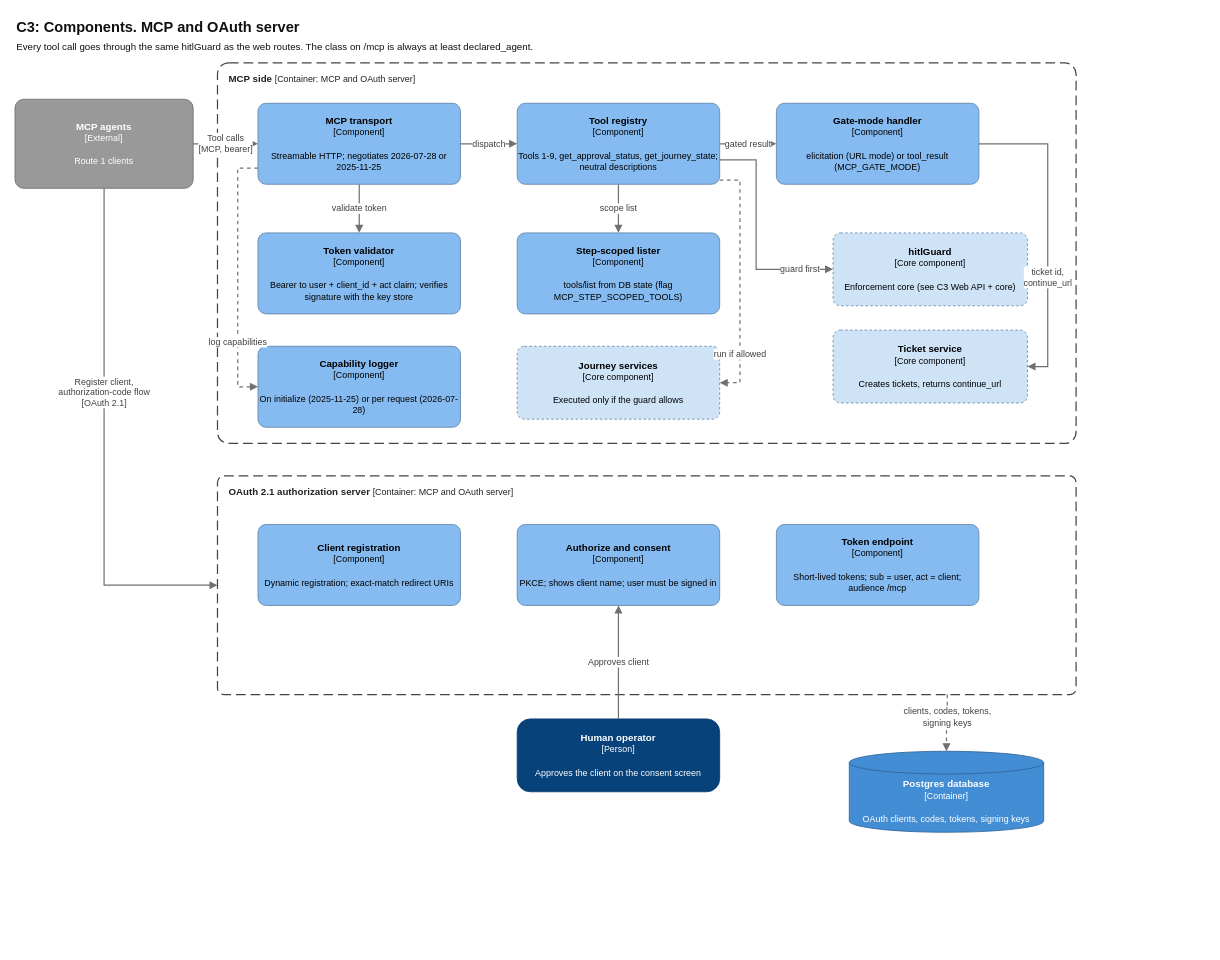
This is page "C3 Components: MCP + OAuth" (4 of 6) of docs/ArchitectureDiagram.drawio from WilsonWordsofWisdom/systemsideHITL, a draw.io file, before an edit. Source tidied: cells renumbered, new cells numbered last; positions are measured from the earlier drawing's top-left corner, leaving out a move shared by most shapes. Both pictures are drawn from the tidied source at 81%, with x=0, y=0 at pixel (15, 14).
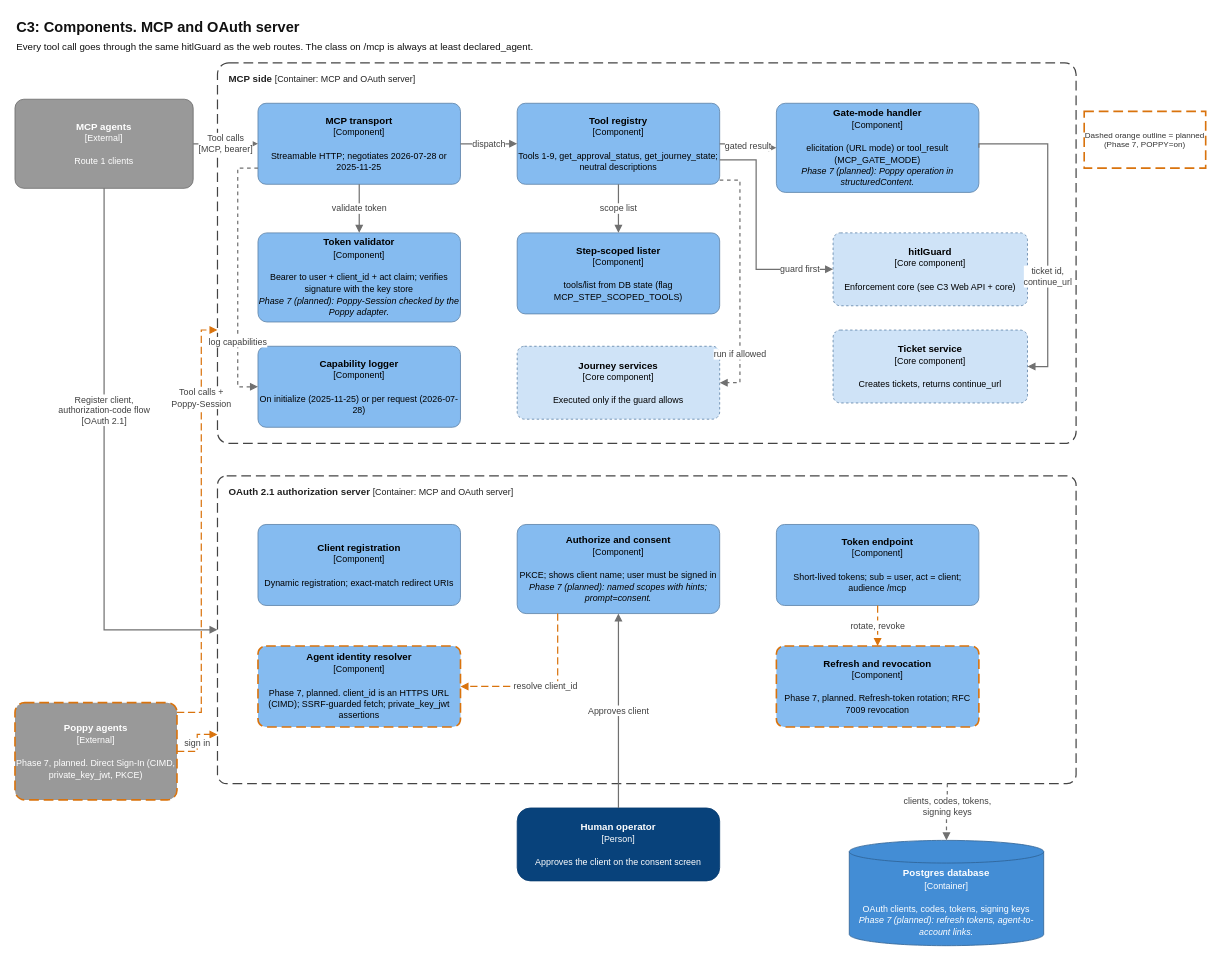
After the change.

Commit message (it also covers changes not shown here):
C4 diagrams: Phase 7 Poppy adapter (planned) and deployment fixes

Unchanged cells that the change refers to:
```xml
<mxCell id="3" value="&lt;b&gt;MCP agents&lt;/b&gt;&lt;br&gt;&lt;span style='font-size:11px'&gt;[External]&lt;/span&gt;&lt;br&gt;&lt;br&gt;&lt;span style='font-size:11px'&gt;Route 1 clients&lt;/span&gt;" style="whiteSpace=wrap;html=1;fontSize=12;align=center;verticalAlign=middle;rounded=1;arcSize=10;fillColor=#999999;strokeColor=#6B6B6B;fontColor=#FFFFFF;" parent="1" vertex="1">
  <mxGeometry y="105" width="220" height="110" as="geometry" />
</mxCell>
<mxCell id="4" value="&lt;b&gt;MCP side&lt;/b&gt; &lt;span style='font-size:11px'&gt;[Container: MCP and OAuth server]&lt;/span&gt;" style="rounded=1;arcSize=3;whiteSpace=wrap;html=1;fillColor=none;dashed=1;dashPattern=8 4;strokeColor=#444444;strokeWidth=1.5;verticalAlign=top;align=left;spacingLeft=12;spacingTop=6;fontSize=12;fontColor=#222222;" parent="1" vertex="1">
  <mxGeometry x="250" y="60" width="1060" height="470" as="geometry" />
</mxCell>
<mxCell id="17" value="&lt;b&gt;Token endpoint&lt;/b&gt;&lt;br&gt;&lt;span style='font-size:11px'&gt;[Component]&lt;/span&gt;&lt;br&gt;&lt;br&gt;&lt;span style='font-size:11px'&gt;Short-lived tokens; sub = user, act = client; audience /mcp&lt;/span&gt;" style="whiteSpace=wrap;html=1;fontSize=12;align=center;verticalAlign=middle;rounded=1;arcSize=10;fillColor=#85BBF0;strokeColor=#5D82A8;fontColor=#000000;" parent="1" vertex="1">
  <mxGeometry x="940" y="630" width="250" height="100" as="geometry" />
</mxCell>
```

Change to the diagram source:
```diff
@@
     <mxCell id="5" value="&lt;b&gt;OAuth 2.1 authorization server&lt;/b&gt; &lt;span style='font-size:11px'&gt;[Container: MCP and OAuth server]&lt;/span&gt;" style="rounded=1;arcSize=3;whiteSpace=wrap;html=1;fillColor=none;dashed=1;dashPattern=8 4;strokeColor=#444444;strokeWidth=1.5;verticalAlign=top;align=left;spacingLeft=12;spacingTop=6;fontSize=12;fontColor=#222222;" parent="1" vertex="1">
-      <mxGeometry x="250" y="570" width="1060" height="270" as="geometry" />
+      <mxGeometry x="250" y="570" width="1060" height="380" as="geometry" />
     </mxCell>
@@
-    <mxCell id="7" value="&lt;b&gt;Token validator&lt;/b&gt;&lt;br&gt;&lt;span style='font-size:11px'&gt;[Component]&lt;/span&gt;&lt;br&gt;&lt;br&gt;&lt;span style='font-size:11px'&gt;Bearer to user + client_id + act claim; verifies signature with the key store&lt;/span&gt;" style="whiteSpace=wrap;html=1;fontSize=12;align=center;verticalAlign=middle;rounded=1;arcSize=10;fillColor=#85BBF0;strokeColor=#5D82A8;fontColor=#000000;" parent="1" vertex="1">
-      <mxGeometry x="300" y="270" width="250" height="100" as="geometry" />
+    <mxCell id="7" value="&lt;b&gt;Token validator&lt;/b&gt;&lt;br&gt;&lt;span style='font-size:11px'&gt;[Component]&lt;/span&gt;&lt;br&gt;&lt;br&gt;&lt;span style='font-size:11px'&gt;Bearer to user + client_id + act claim; verifies signature with the key store&lt;/span&gt;&lt;br&gt;&lt;span style='font-size:11px'&gt;&lt;i&gt;Phase 7 (planned): Poppy-Session checked by the Poppy adapter.&lt;/i&gt;&lt;/span&gt;" style="whiteSpace=wrap;html=1;fontSize=12;align=center;verticalAlign=middle;rounded=1;arcSize=10;fillColor=#85BBF0;strokeColor=#5D82A8;fontColor=#000000;" parent="1" vertex="1">
+      <mxGeometry x="300" y="270" width="250" height="110" as="geometry" />
     </mxCell>
@@
-    <mxCell id="11" value="&lt;b&gt;Gate-mode handler&lt;/b&gt;&lt;br&gt;&lt;span style='font-size:11px'&gt;[Component]&lt;/span&gt;&lt;br&gt;&lt;br&gt;&lt;span style='font-size:11px'&gt;elicitation (URL mode) or tool_result (MCP_GATE_MODE)&lt;/span&gt;" style="whiteSpace=wrap;html=1;fontSize=12;align=center;verticalAlign=middle;rounded=1;arcSize=10;fillColor=#85BBF0;strokeColor=#5D82A8;fontColor=#000000;" parent="1" vertex="1">
-      <mxGeometry x="940" y="110" width="250" height="100" as="geometry" />
+    <mxCell id="11" value="&lt;b&gt;Gate-mode handler&lt;/b&gt;&lt;br&gt;&lt;span style='font-size:11px'&gt;[Component]&lt;/span&gt;&lt;br&gt;&lt;br&gt;&lt;span style='font-size:11px'&gt;elicitation (URL mode) or tool_result (MCP_GATE_MODE)&lt;/span&gt;&lt;br&gt;&lt;span style='font-size:11px'&gt;&lt;i&gt;Phase 7 (planned): Poppy operation in structuredContent.&lt;/i&gt;&lt;/span&gt;" style="whiteSpace=wrap;html=1;fontSize=12;align=center;verticalAlign=middle;rounded=1;arcSize=10;fillColor=#85BBF0;strokeColor=#5D82A8;fontColor=#000000;" parent="1" vertex="1">
+      <mxGeometry x="940" y="110" width="250" height="110" as="geometry" />
     </mxCell>
@@
-    <mxCell id="16" value="&lt;b&gt;Authorize and consent&lt;/b&gt;&lt;br&gt;&lt;span style='font-size:11px'&gt;[Component]&lt;/span&gt;&lt;br&gt;&lt;br&gt;&lt;span style='font-size:11px'&gt;PKCE; shows client name; user must be signed in&lt;/span&gt;" style="whiteSpace=wrap;html=1;fontSize=12;align=center;verticalAlign=middle;rounded=1;arcSize=10;fillColor=#85BBF0;strokeColor=#5D82A8;fontColor=#000000;" parent="1" vertex="1">
-      <mxGeometry x="620" y="630" width="250" height="100" as="geometry" />
+    <mxCell id="16" value="&lt;b&gt;Authorize and consent&lt;/b&gt;&lt;br&gt;&lt;span style='font-size:11px'&gt;[Component]&lt;/span&gt;&lt;br&gt;&lt;br&gt;&lt;span style='font-size:11px'&gt;PKCE; shows client name; user must be signed in&lt;/span&gt;&lt;br&gt;&lt;span style='font-size:11px'&gt;&lt;i&gt;Phase 7 (planned): named scopes with hints; prompt=consent.&lt;/i&gt;&lt;/span&gt;" style="whiteSpace=wrap;html=1;fontSize=12;align=center;verticalAlign=middle;rounded=1;arcSize=10;fillColor=#85BBF0;strokeColor=#5D82A8;fontColor=#000000;" parent="1" vertex="1">
+      <mxGeometry x="620" y="630" width="250" height="110" as="geometry" />
     </mxCell>
@@
     <mxCell id="18" value="&lt;b&gt;Human operator&lt;/b&gt;&lt;br&gt;&lt;span style='font-size:11px'&gt;[Person]&lt;/span&gt;&lt;br&gt;&lt;br&gt;&lt;span style='font-size:11px'&gt;Approves the client on the consent screen&lt;/span&gt;" style="whiteSpace=wrap;html=1;fontSize=12;align=center;verticalAlign=middle;rounded=1;arcSize=18;fillColor=#08427B;strokeColor=#073B6F;fontColor=#FFFFFF;" parent="1" vertex="1">
-      <mxGeometry x="620" y="870" width="250" height="90" as="geometry" />
+      <mxGeometry x="620" y="980" width="250" height="90" as="geometry" />
     </mxCell>
-    <mxCell id="19" value="&lt;b&gt;Postgres database&lt;/b&gt;&lt;br&gt;&lt;span style='font-size:11px'&gt;[Container]&lt;/span&gt;&lt;br&gt;&lt;br&gt;&lt;span style='font-size:11px'&gt;OAuth clients, codes, tokens, signing keys&lt;/span&gt;" style="whiteSpace=wrap;html=1;fontSize=12;align=center;verticalAlign=middle;shape=cylinder3;boundedLbl=1;backgroundOutline=1;size=14;fillColor=#438DD5;strokeColor=#2E6295;fontColor=#FFFFFF;" parent="1" vertex="1">
-      <mxGeometry x="1030" y="910" width="240" height="100" as="geometry" />
+    <mxCell id="19" value="&lt;b&gt;Postgres database&lt;/b&gt;&lt;br&gt;&lt;span style='font-size:11px'&gt;[Container]&lt;/span&gt;&lt;br&gt;&lt;br&gt;&lt;span style='font-size:11px'&gt;OAuth clients, codes, tokens, signing keys&lt;/span&gt;&lt;br&gt;&lt;span style='font-size:11px'&gt;&lt;i&gt;Phase 7 (planned): refresh tokens, agent-to-account links.&lt;/i&gt;&lt;/span&gt;" style="whiteSpace=wrap;html=1;fontSize=12;align=center;verticalAlign=middle;shape=cylinder3;boundedLbl=1;backgroundOutline=1;size=14;fillColor=#438DD5;strokeColor=#2E6295;fontColor=#FFFFFF;" parent="1" vertex="1">
+      <mxGeometry x="1030" y="1020" width="240" height="130" as="geometry" />
     </mxCell>
@@
     <mxCell id="29" value="Register client,&lt;br&gt;authorization-code flow&lt;br&gt;[OAuth 2.1]" style="edgeStyle=orthogonalEdgeStyle;rounded=0;jettySize=auto;html=1;endArrow=block;endFill=1;strokeColor=#707070;strokeWidth=1.5;fontSize=11;fontColor=#404040;labelBackgroundColor=#FFFFFF;exitX=0.5;exitY=1;exitDx=0;exitDy=0;entryX=0;entryY=0.5;entryDx=0;entryDy=0;" parent="1" edge="1" source="3" target="5">
       <mxGeometry x="-0.2" relative="1" as="geometry">
         <Array as="points">
-          <mxPoint x="110" y="705" />
+          <mxPoint x="110" y="760" />
         </Array>
       </mxGeometry>
     </mxCell>
@@
+    <mxCell id="32" value="&lt;b&gt;Poppy agents&lt;/b&gt;&lt;br&gt;&lt;span style='font-size:11px'&gt;[External]&lt;/span&gt;&lt;br&gt;&lt;br&gt;&lt;span style='font-size:11px'&gt;Phase 7, planned. Direct Sign-In (CIMD, private_key_jwt, PKCE)&lt;/span&gt;" style="whiteSpace=wrap;html=1;fontSize=12;align=center;verticalAlign=middle;rounded=1;arcSize=10;fillColor=#999999;strokeColor=#D9730D;fontColor=#FFFFFF;strokeWidth=2;dashed=1;dashPattern=6 3;" parent="1" vertex="1">
+      <mxGeometry y="850" width="200" height="120" as="geometry" />
+    </mxCell>
+    <mxCell id="33" value="&lt;b&gt;Agent identity resolver&lt;/b&gt;&lt;br&gt;&lt;span style='font-size:11px'&gt;[Component]&lt;/span&gt;&lt;br&gt;&lt;br&gt;&lt;span style='font-size:11px'&gt;Phase 7, planned. client_id is an HTTPS URL (CIMD); SSRF-guarded fetch; private_key_jwt assertions&lt;/span&gt;" style="whiteSpace=wrap;html=1;fontSize=12;align=center;verticalAlign=middle;rounded=1;arcSize=10;fillColor=#85BBF0;strokeColor=#D9730D;fontColor=#000000;strokeWidth=2;dashed=1;dashPattern=6 3;" parent="1" vertex="1">
+      <mxGeometry x="300" y="780" width="250" height="100" as="geometry" />
+    </mxCell>
+    <mxCell id="34" value="&lt;b&gt;Refresh and revocation&lt;/b&gt;&lt;br&gt;&lt;span style='font-size:11px'&gt;[Component]&lt;/span&gt;&lt;br&gt;&lt;br&gt;&lt;span style='font-size:11px'&gt;Phase 7, planned. Refresh-token rotation; RFC 7009 revocation&lt;/span&gt;" style="whiteSpace=wrap;html=1;fontSize=12;align=center;verticalAlign=middle;rounded=1;arcSize=10;fillColor=#85BBF0;strokeColor=#D9730D;fontColor=#000000;strokeWidth=2;dashed=1;dashPattern=6 3;" parent="1" vertex="1">
+      <mxGeometry x="940" y="780" width="250" height="100" as="geometry" />
+    </mxCell>
+    <mxCell id="35" value="sign in" style="edgeStyle=orthogonalEdgeStyle;rounded=0;jettySize=auto;html=1;endArrow=block;endFill=1;strokeColor=#D9730D;strokeWidth=1.5;fontSize=11;fontColor=#404040;labelBackgroundColor=#FFFFFF;dashed=1;dashPattern=6 3;exitX=1;exitY=0.5;exitDx=0;exitDy=0;entryX=0;entryY=0.84;entryDx=0;entryDy=0;" parent="1" edge="1" source="32" target="5">
+      <mxGeometry relative="1" as="geometry" />
+    </mxCell>
+    <mxCell id="36" value="Tool calls +&lt;br&gt;Poppy-Session" style="edgeStyle=orthogonalEdgeStyle;rounded=0;jettySize=auto;html=1;endArrow=block;endFill=1;strokeColor=#D9730D;strokeWidth=1.5;fontSize=11;fontColor=#404040;labelBackgroundColor=#FFFFFF;dashed=1;dashPattern=6 3;exitX=1;exitY=0.1;exitDx=0;exitDy=0;entryX=0;entryY=0.702;entryDx=0;entryDy=0;" parent="1" edge="1" source="32" target="4">
+      <mxGeometry x="0.6" relative="1" as="geometry">
+        <Array as="points">
+          <mxPoint x="230" y="862" />
+          <mxPoint x="230" y="390" />
+        </Array>
+      </mxGeometry>
+    </mxCell>
+    <mxCell id="37" value="resolve client_id" style="edgeStyle=orthogonalEdgeStyle;rounded=0;jettySize=auto;html=1;endArrow=block;endFill=1;strokeColor=#D9730D;strokeWidth=1.5;fontSize=11;fontColor=#404040;labelBackgroundColor=#FFFFFF;dashed=1;dashPattern=6 3;exitX=0.2;exitY=1;exitDx=0;exitDy=0;entryX=1;entryY=0.5;entryDx=0;entryDy=0;" parent="1" edge="1" source="16" target="33">
+      <mxGeometry relative="1" as="geometry">
+        <Array as="points">
+          <mxPoint x="670" y="830" />
+        </Array>
+      </mxGeometry>
+    </mxCell>
+    <mxCell id="38" value="rotate, revoke" style="edgeStyle=orthogonalEdgeStyle;rounded=0;jettySize=auto;html=1;endArrow=block;endFill=1;strokeColor=#D9730D;strokeWidth=1.5;fontSize=11;fontColor=#404040;labelBackgroundColor=#FFFFFF;dashed=1;dashPattern=6 3;exitX=0.5;exitY=1;exitDx=0;exitDy=0;entryX=0.5;entryY=0;entryDx=0;entryDy=0;" parent="1" edge="1" source="17" target="34">
+      <mxGeometry relative="1" as="geometry" />
+    </mxCell>
+    <mxCell id="39" value="Dashed orange outline = planned (Phase 7, POPPY=on)" style="text;html=1;strokeColor=#D9730D;fillColor=#FFFFFF;align=center;verticalAlign=middle;fontSize=10;fontColor=#333333;whiteSpace=wrap;strokeWidth=2;dashed=1;dashPattern=6 3;" parent="1" vertex="1">
+      <mxGeometry x="1320" y="120" width="150" height="70" as="geometry" />
+    </mxCell>
```
